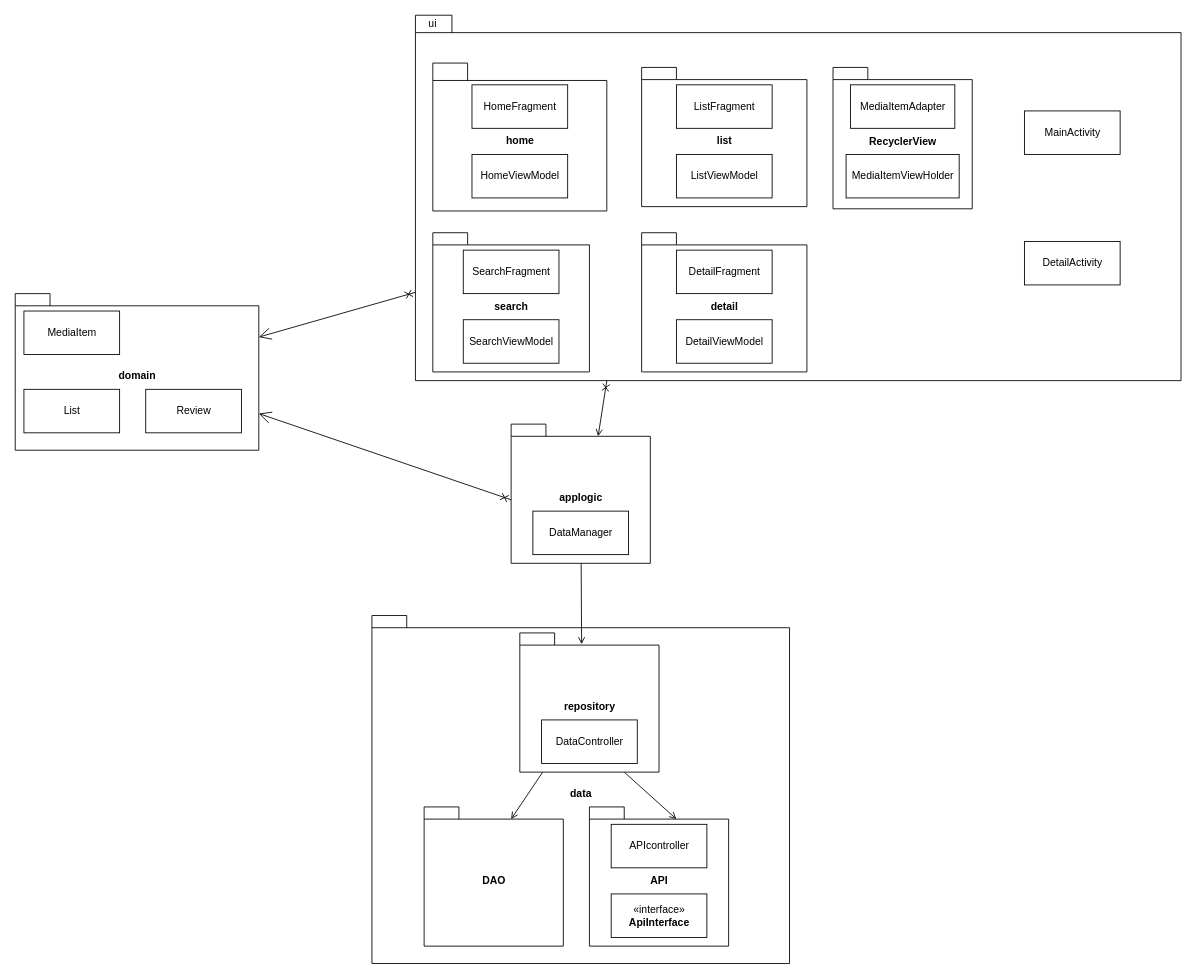
TeaDrinkingProgrammer/NetNietFlix keeps this draw.io diagram as page "Package Diagram" (2 of 3) of Diagrams/ERD.drawio. Above is the earlier version. Source tidied: cells renumbered, new cells numbered last; positions are measured from the earlier drawing's top-left corner, leaving out a move shared by most shapes. Both pictures are drawn from the tidied source at 87%, with x=0, y=0 at pixel (15, 15).
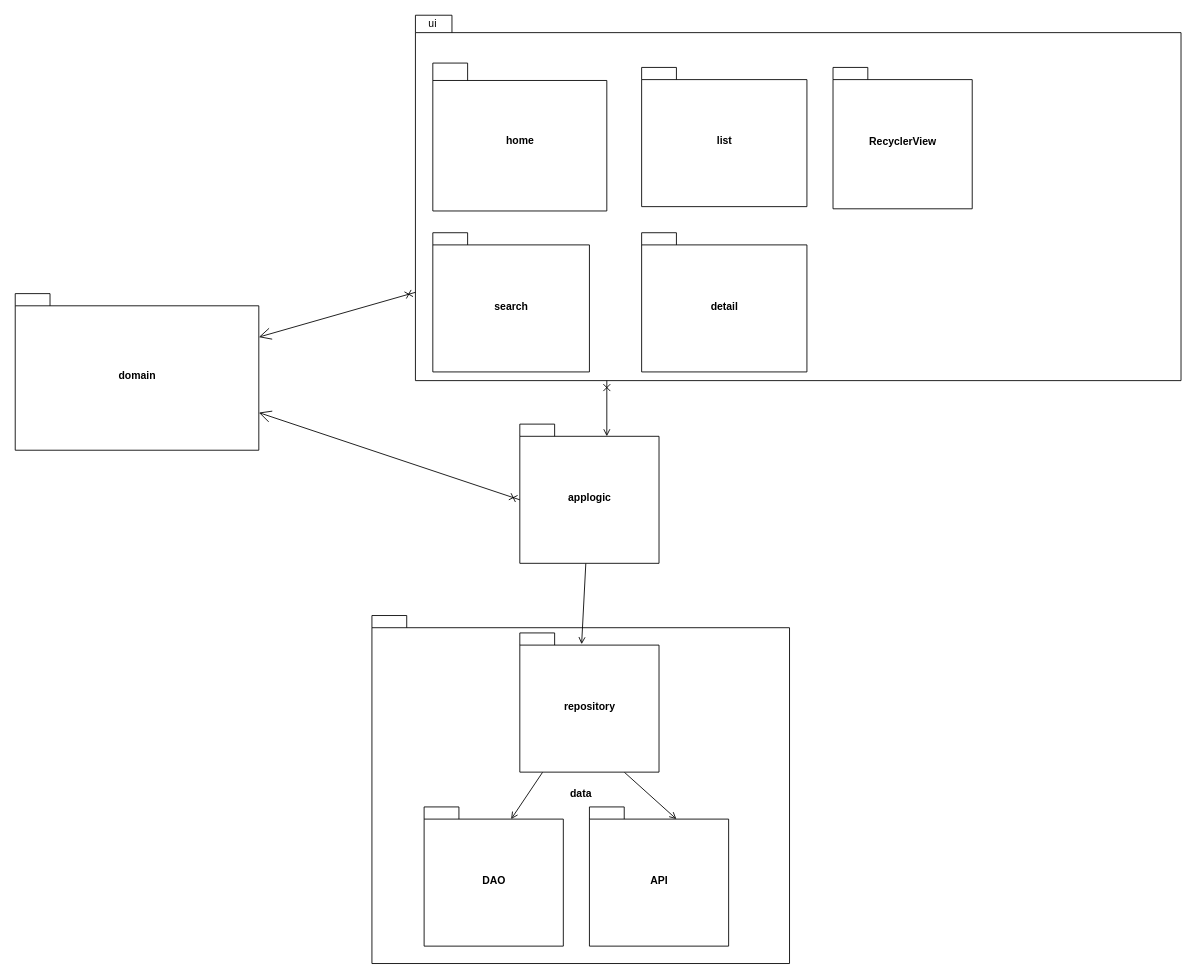
The same diagram, later.

Commit message:
Began work on the class diagram

The edit, as a diff of the source:
```diff
@@
     <mxCell id="11" value="applogic" style="shape=folder;fontStyle=1;spacingTop=10;tabWidth=40;tabHeight=14;tabPosition=left;html=1;" parent="1" vertex="1">
-      <mxGeometry x="570" y="470" width="160" height="160" as="geometry" />
+      <mxGeometry x="580" y="470" width="160" height="160" as="geometry" />
     </mxCell>
@@
-    <mxCell id="20" value="HomeFragment" style="html=1;" parent="1" vertex="1">
-      <mxGeometry x="525" y="80" width="110" height="50" as="geometry" />
-    </mxCell>
-    <mxCell id="21" value="HomeViewModel" style="html=1;" parent="1" vertex="1">
-      <mxGeometry x="525" y="160" width="110" height="50" as="geometry" />
-    </mxCell>
-    <mxCell id="22" value="SearchFragment" style="html=1;" parent="1" vertex="1">
-      <mxGeometry x="515" y="270" width="110" height="50" as="geometry" />
-    </mxCell>
-    <mxCell id="23" value="SearchViewModel" style="html=1;" parent="1" vertex="1">
-      <mxGeometry x="515" y="350" width="110" height="50" as="geometry" />
-    </mxCell>
-    <mxCell id="24" value="DetailFragment" style="html=1;" parent="1" vertex="1">
-      <mxGeometry x="760" y="270" width="110" height="50" as="geometry" />
-    </mxCell>
-    <mxCell id="25" value="DetailViewModel" style="html=1;" parent="1" vertex="1">
-      <mxGeometry x="760" y="350" width="110" height="50" as="geometry" />
-    </mxCell>
-    <mxCell id="26" value="ListFragment" style="html=1;" parent="1" vertex="1">
-      <mxGeometry x="760" y="80" width="110" height="50" as="geometry" />
-    </mxCell>
-    <mxCell id="27" value="ListViewModel" style="html=1;" parent="1" vertex="1">
-      <mxGeometry x="760" y="160" width="110" height="50" as="geometry" />
-    </mxCell>
-    <mxCell id="28" value="MediaItemAdapter" style="html=1;" parent="1" vertex="1">
-      <mxGeometry x="960" y="80" width="120" height="50" as="geometry" />
-    </mxCell>
-    <mxCell id="29" value="MediaItemViewHolder" style="html=1;" parent="1" vertex="1">
-      <mxGeometry x="955" y="160" width="130" height="50" as="geometry" />
-    </mxCell>
-    <mxCell id="30" value="«interface»&lt;br&gt;&lt;b&gt;ApiInterface&lt;/b&gt;" style="html=1;" parent="1" vertex="1">
-      <mxGeometry x="685" y="1010" width="110" height="50" as="geometry" />
-    </mxCell>
-    <mxCell id="31" value="MediaItem" style="html=1;" parent="1" vertex="1">
-      <mxGeometry x="10" y="340" width="110" height="50" as="geometry" />
-    </mxCell>
-    <mxCell id="32" value="List" style="html=1;" parent="1" vertex="1">
-      <mxGeometry x="10" y="430" width="110" height="50" as="geometry" />
-    </mxCell>
-    <mxCell id="33" value="&lt;div&gt;Review&lt;/div&gt;" style="html=1;" parent="1" vertex="1">
-      <mxGeometry x="150" y="430" width="110" height="50" as="geometry" />
-    </mxCell>
@@
-    <mxCell id="35" value="MainActivity" style="html=1;" parent="1" vertex="1">
-      <mxGeometry x="1160" y="110" width="110" height="50" as="geometry" />
-    </mxCell>
-    <mxCell id="36" value="DetailActivity" style="html=1;" parent="1" vertex="1">
-      <mxGeometry x="1160" y="260" width="110" height="50" as="geometry" />
-    </mxCell>
-    <mxCell id="37" value="APIcontroller" style="html=1;" parent="1" vertex="1">
-      <mxGeometry x="685" y="930" width="110" height="50" as="geometry" />
-    </mxCell>
-    <mxCell id="38" value="&lt;div&gt;DataController&lt;/div&gt;" style="html=1;" parent="1" vertex="1">
-      <mxGeometry x="605" y="810" width="110" height="50" as="geometry" />
-    </mxCell>
-    <mxCell id="39" value="&lt;div&gt;DataManager&lt;/div&gt;" style="html=1;" parent="1" vertex="1">
-      <mxGeometry x="595" y="570" width="110" height="50" as="geometry" />
-    </mxCell>
```
